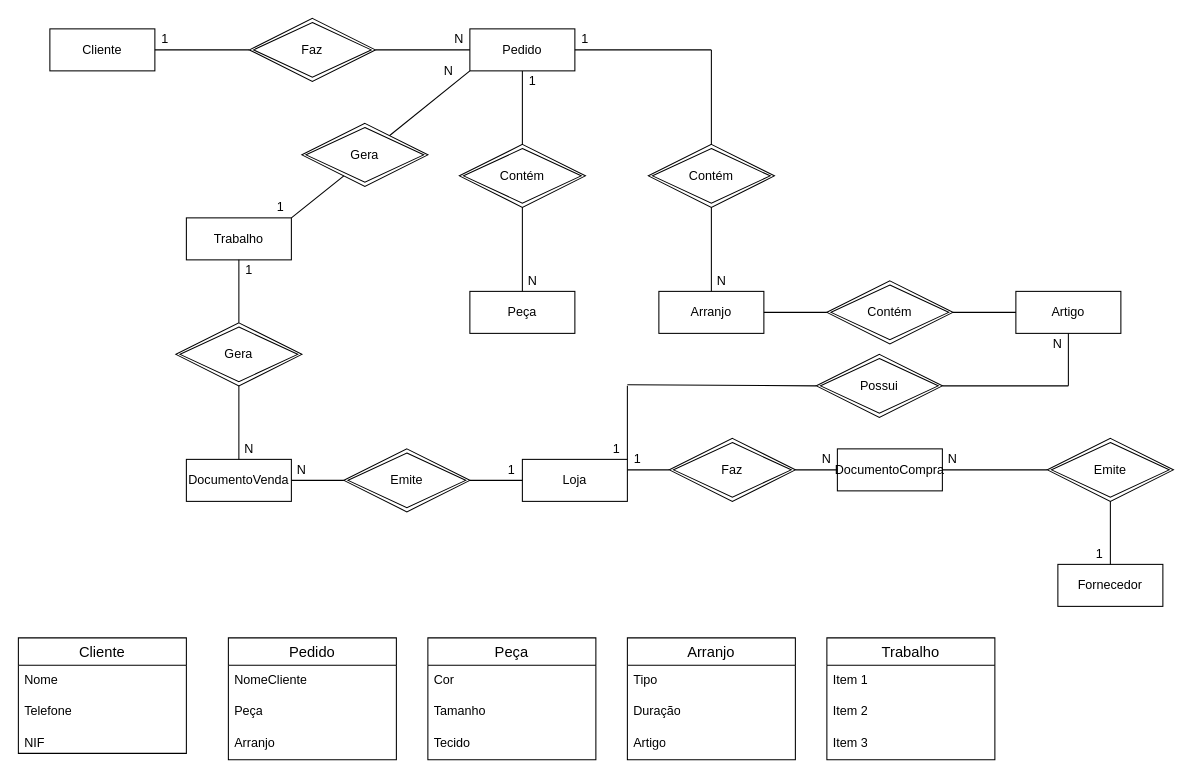
Earlier version of the draw.io diagram page "Página-2" (2 of 2) of BD1.drawio (hgjeremias/BD1). Source tidied: cells renumbered, new cells numbered last; positions are measured from the earlier drawing's top-left corner, leaving out a move shared by most shapes. Both pictures are drawn from the tidied source at 105%, with x=0, y=0 at pixel (18, 18).
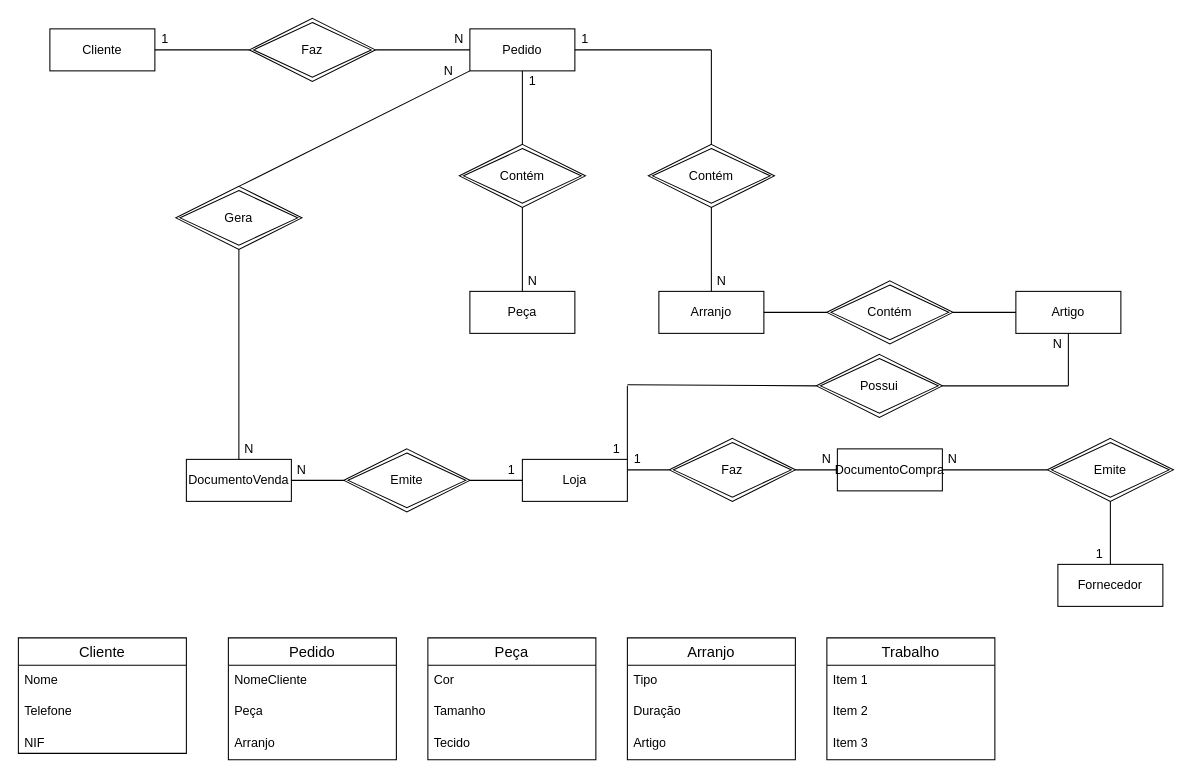
Above is the later version.

The change refers to these unchanged cells:
```xml
<mxCell id="8" value="Pedido" style="whiteSpace=wrap;html=1;align=center;" parent="1" vertex="1">
  <mxGeometry x="430" y="10" width="100" height="40" as="geometry" />
</mxCell>
```

Diff of the diagram source:
```diff
@@
-    <mxCell id="26" value="Trabalho" style="whiteSpace=wrap;html=1;align=center;" parent="1" vertex="1">
-      <mxGeometry x="160" y="190" width="100" height="40" as="geometry" />
-    </mxCell>
-    <mxCell id="27" style="endArrow=none;html=1;rounded=0;entryX=0;entryY=1;entryDx=0;entryDy=0;exitX=0.692;exitY=0.2;exitDx=0;exitDy=0;exitPerimeter=0;" parent="1" edge="1" source="28" target="8">
+    <mxCell id="27" style="endArrow=none;html=1;rounded=0;entryX=0;entryY=1;entryDx=0;entryDy=0;exitX=0.5;exitY=0;exitDx=0;exitDy=0;" parent="1" edge="1" source="43" target="8">
       <mxGeometry relative="1" as="geometry" />
     </mxCell>
-    <mxCell id="28" value="Gera" style="shape=rhombus;double=1;perimeter=rhombusPerimeter;whiteSpace=wrap;html=1;align=center;" parent="1" vertex="1">
-      <mxGeometry x="270" y="100" width="120" height="60" as="geometry" />
-    </mxCell>
-    <mxCell id="29" style="endArrow=none;html=1;rounded=0;entryX=0.333;entryY=0.833;entryDx=0;entryDy=0;exitX=1;exitY=0;exitDx=0;exitDy=0;entryPerimeter=0;" parent="1" edge="1" source="26" target="28">
-      <mxGeometry relative="1" as="geometry" />
-    </mxCell>
@@
     <mxCell id="43" value="Gera" style="shape=rhombus;double=1;perimeter=rhombusPerimeter;whiteSpace=wrap;html=1;align=center;" parent="1" vertex="1">
-      <mxGeometry x="150" y="290" width="120" height="60" as="geometry" />
+      <mxGeometry x="150" y="160" width="120" height="60" as="geometry" />
     </mxCell>
-    <mxCell id="44" style="endArrow=none;html=1;rounded=0;exitX=0.5;exitY=1;exitDx=0;exitDy=0;entryX=0.5;entryY=0;entryDx=0;entryDy=0;" parent="1" edge="1" source="26" target="43">
-      <mxGeometry relative="1" as="geometry" />
-    </mxCell>
@@
-    <mxCell id="51" value="1" style="text;html=1;align=center;verticalAlign=middle;whiteSpace=wrap;rounded=0;" parent="1" vertex="1">
-      <mxGeometry x="240" y="170" width="20" height="20" as="geometry" />
-    </mxCell>
-    <mxCell id="52" value="1" style="text;html=1;align=center;verticalAlign=middle;whiteSpace=wrap;rounded=0;" parent="1" vertex="1">
-      <mxGeometry x="210" y="230" width="20" height="20" as="geometry" />
-    </mxCell>
```
